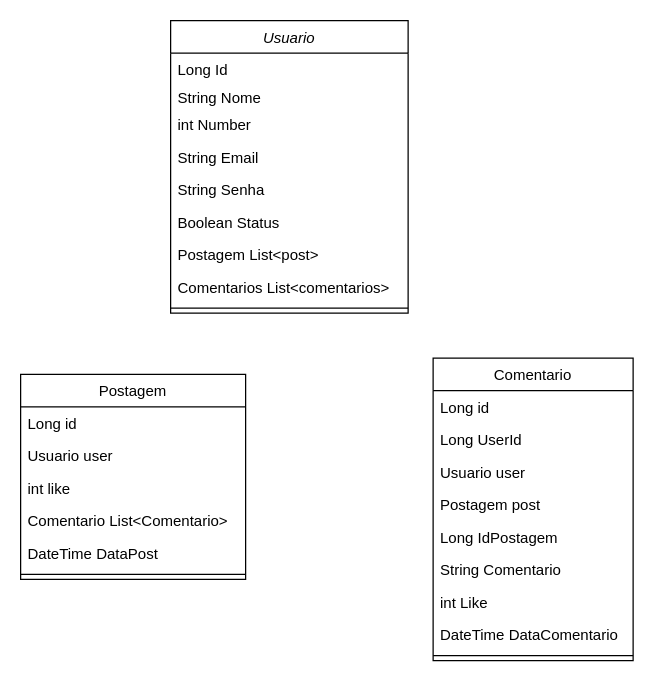
Before: Diagrama sem nome.drawio in AlefGas/ChallengerDotNet, a draw.io diagram. Source tidied: cells renumbered, new cells numbered last; positions are measured from the earlier drawing's top-left corner, leaving out a move shared by most shapes. Both pictures are drawn from the tidied source at 125%, with x=0, y=0 at pixel (20, 20).
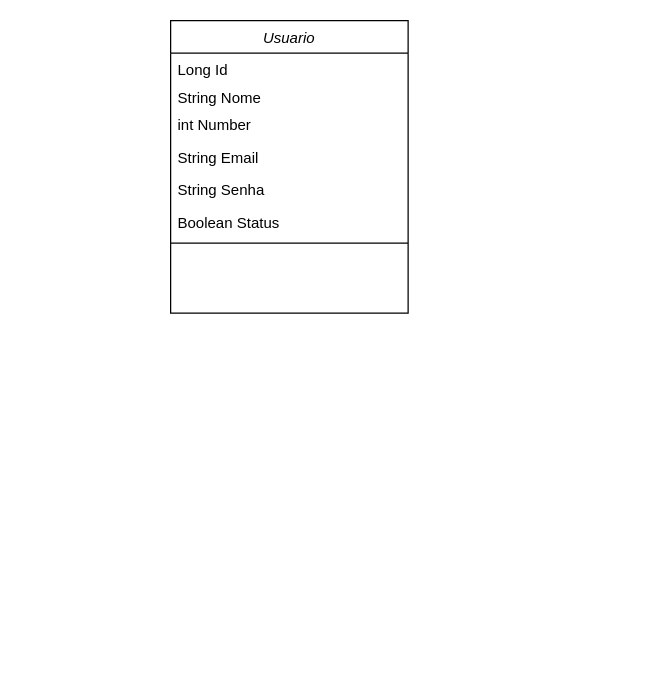
The same page after the edit.

Unchanged cells that the change refers to:
```xml
<mxCell id="2" value="Usuario" style="swimlane;fontStyle=2;align=center;verticalAlign=top;horizontal=1;startSize=26;rounded=0;shadow=0;strokeWidth=1;" parent="1" vertex="1">
  <mxGeometry x="120" width="190" height="234" as="geometry" />
</mxCell>
```

Diff of the diagram source:
```diff
@@
-    <mxCell id="9" value="Postagem List&lt;post&gt;" style="text;align=left;verticalAlign=top;spacingLeft=4;spacingRight=4;overflow=hidden;rounded=0;shadow=0;html=0;" parent="2" vertex="1">
-      <mxGeometry y="174" width="190" height="26" as="geometry" />
-    </mxCell>
-    <mxCell id="10" value="Comentarios List&lt;comentarios&gt;" style="text;align=left;verticalAlign=top;spacingLeft=4;spacingRight=4;overflow=hidden;rounded=0;shadow=0;html=0;" parent="2" vertex="1">
-      <mxGeometry y="200" width="190" height="26" as="geometry" />
-    </mxCell>
     <mxCell id="11" style="line;html=1;strokeWidth=1;align=left;verticalAlign=middle;spacingTop=-1;spacingLeft=3;spacingRight=3;labelPosition=right;" parent="2" vertex="1">
-      <mxGeometry y="226" width="190" height="8" as="geometry" />
+      <mxGeometry y="174" width="190" height="8" as="geometry" />
     </mxCell>
-    <mxCell id="12" value="Postagem" style="swimlane;fontStyle=0;align=center;verticalAlign=top;horizontal=1;startSize=26;rounded=0;shadow=0;strokeWidth=1;" parent="1" vertex="1">
-      <mxGeometry y="283" width="180" height="164" as="geometry" />
-    </mxCell>
-    <mxCell id="13" value="Long id" style="text;align=left;verticalAlign=top;spacingLeft=4;spacingRight=4;overflow=hidden;" parent="12" vertex="1">
-      <mxGeometry y="26" width="180" height="26" as="geometry" />
-    </mxCell>
-    <mxCell id="14" value="Usuario user" style="text;align=left;verticalAlign=top;spacingLeft=4;spacingRight=4;overflow=hidden;" parent="12" vertex="1">
-      <mxGeometry y="52" width="180" height="26" as="geometry" />
-    </mxCell>
-    <mxCell id="15" value="int like" style="text;align=left;verticalAlign=top;spacingLeft=4;spacingRight=4;overflow=hidden;rounded=0;shadow=0;html=0;" parent="12" vertex="1">
-      <mxGeometry y="78" width="180" height="26" as="geometry" />
-    </mxCell>
-    <mxCell id="16" value="Comentario List&lt;Comentario&gt;" style="text;align=left;verticalAlign=top;spacingLeft=4;spacingRight=4;overflow=hidden;rounded=0;shadow=0;html=0;" parent="12" vertex="1">
-      <mxGeometry y="104" width="180" height="26" as="geometry" />
-    </mxCell>
-    <mxCell id="17" value="DateTime DataPost" style="text;align=left;verticalAlign=top;spacingLeft=4;spacingRight=4;overflow=hidden;rounded=0;shadow=0;html=0;" parent="12" vertex="1">
-      <mxGeometry y="130" width="180" height="26" as="geometry" />
-    </mxCell>
-    <mxCell id="18" style="line;html=1;strokeWidth=1;align=left;verticalAlign=middle;spacingTop=-1;spacingLeft=3;spacingRight=3;labelPosition=right;" parent="12" vertex="1">
-      <mxGeometry y="156" width="180" height="8" as="geometry" />
-    </mxCell>
-    <mxCell id="19" value="Comentario" style="swimlane;fontStyle=0;align=center;verticalAlign=top;horizontal=1;startSize=26;rounded=0;shadow=0;strokeWidth=1;" parent="1" vertex="1">
-      <mxGeometry x="330" y="270" width="160" height="242" as="geometry" />
-    </mxCell>
-    <mxCell id="20" value="Long id" style="text;align=left;verticalAlign=top;spacingLeft=4;spacingRight=4;overflow=hidden;" parent="19" vertex="1">
-      <mxGeometry y="26" width="160" height="26" as="geometry" />
-    </mxCell>
-    <mxCell id="21" value="Long UserId" style="text;align=left;verticalAlign=top;spacingLeft=4;spacingRight=4;overflow=hidden;" parent="19" vertex="1">
-      <mxGeometry y="52" width="160" height="26" as="geometry" />
-    </mxCell>
-    <mxCell id="22" value="Usuario user" style="text;align=left;verticalAlign=top;spacingLeft=4;spacingRight=4;overflow=hidden;" parent="19" vertex="1">
-      <mxGeometry y="78" width="160" height="26" as="geometry" />
-    </mxCell>
-    <mxCell id="23" value="Postagem post" style="text;align=left;verticalAlign=top;spacingLeft=4;spacingRight=4;overflow=hidden;" parent="19" vertex="1">
-      <mxGeometry y="104" width="160" height="26" as="geometry" />
-    </mxCell>
-    <mxCell id="24" value="Long IdPostagem" style="text;align=left;verticalAlign=top;spacingLeft=4;spacingRight=4;overflow=hidden;" parent="19" vertex="1">
-      <mxGeometry y="130" width="160" height="26" as="geometry" />
-    </mxCell>
-    <mxCell id="25" value="String Comentario" style="text;align=left;verticalAlign=top;spacingLeft=4;spacingRight=4;overflow=hidden;rounded=0;shadow=0;html=0;" parent="19" vertex="1">
-      <mxGeometry y="156" width="160" height="26" as="geometry" />
-    </mxCell>
-    <mxCell id="26" value="int Like" style="text;align=left;verticalAlign=top;spacingLeft=4;spacingRight=4;overflow=hidden;rounded=0;shadow=0;html=0;" parent="19" vertex="1">
-      <mxGeometry y="182" width="160" height="26" as="geometry" />
-    </mxCell>
-    <mxCell id="27" value="DateTime DataComentario" style="text;align=left;verticalAlign=top;spacingLeft=4;spacingRight=4;overflow=hidden;rounded=0;shadow=0;html=0;" parent="19" vertex="1">
-      <mxGeometry y="208" width="160" height="26" as="geometry" />
-    </mxCell>
-    <mxCell id="28" style="line;html=1;strokeWidth=1;align=left;verticalAlign=middle;spacingTop=-1;spacingLeft=3;spacingRight=3;labelPosition=right;" parent="19" vertex="1">
-      <mxGeometry y="234" width="160" height="8" as="geometry" />
-    </mxCell>
```
